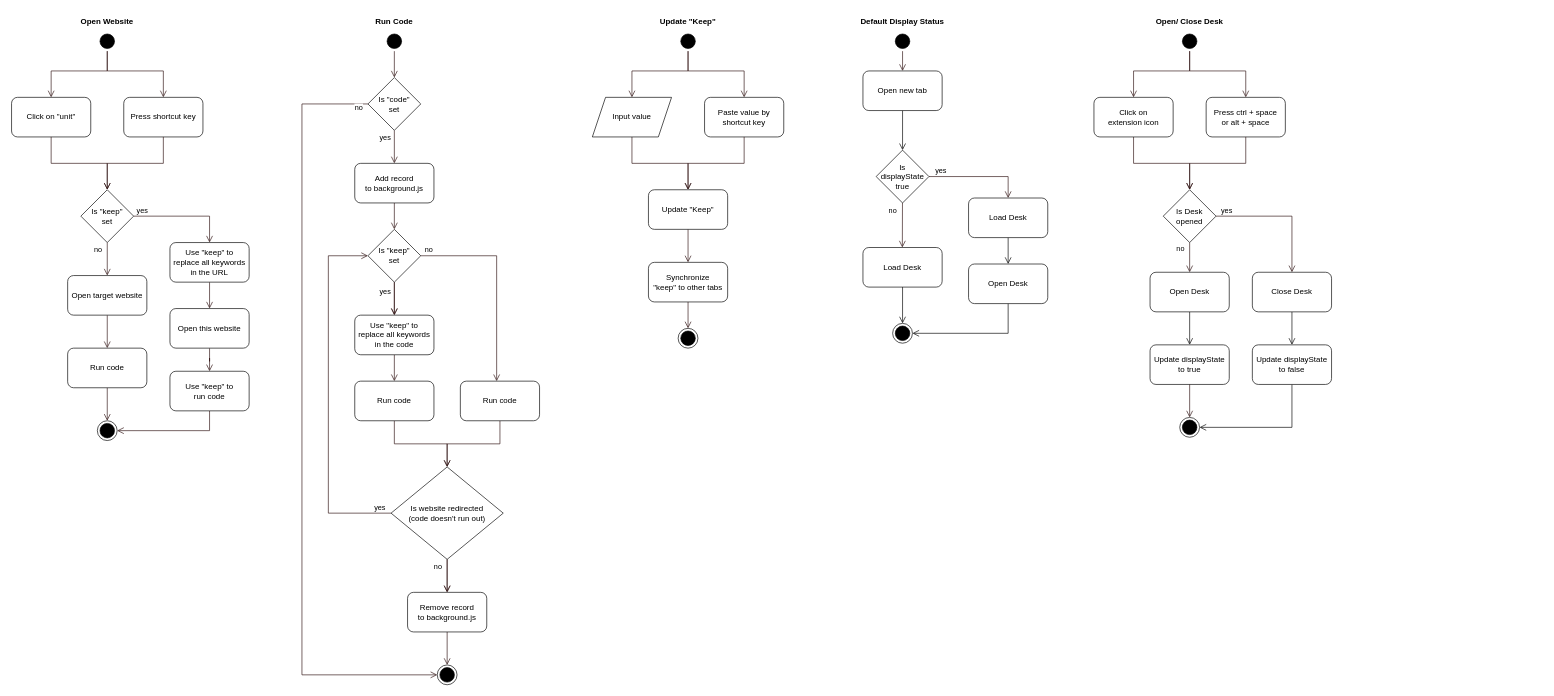
The draw.io diagram page "Flow Chart" (2 of 2) of assets/design.drawio in SNinjo/desk, before the edit. Source tidied: cells renumbered, new cells numbered last; positions are measured from the earlier drawing's top-left corner, leaving out a move shared by most shapes. Both pictures are drawn from the tidied source at 66%, with x=0, y=0 at pixel (11, 11).
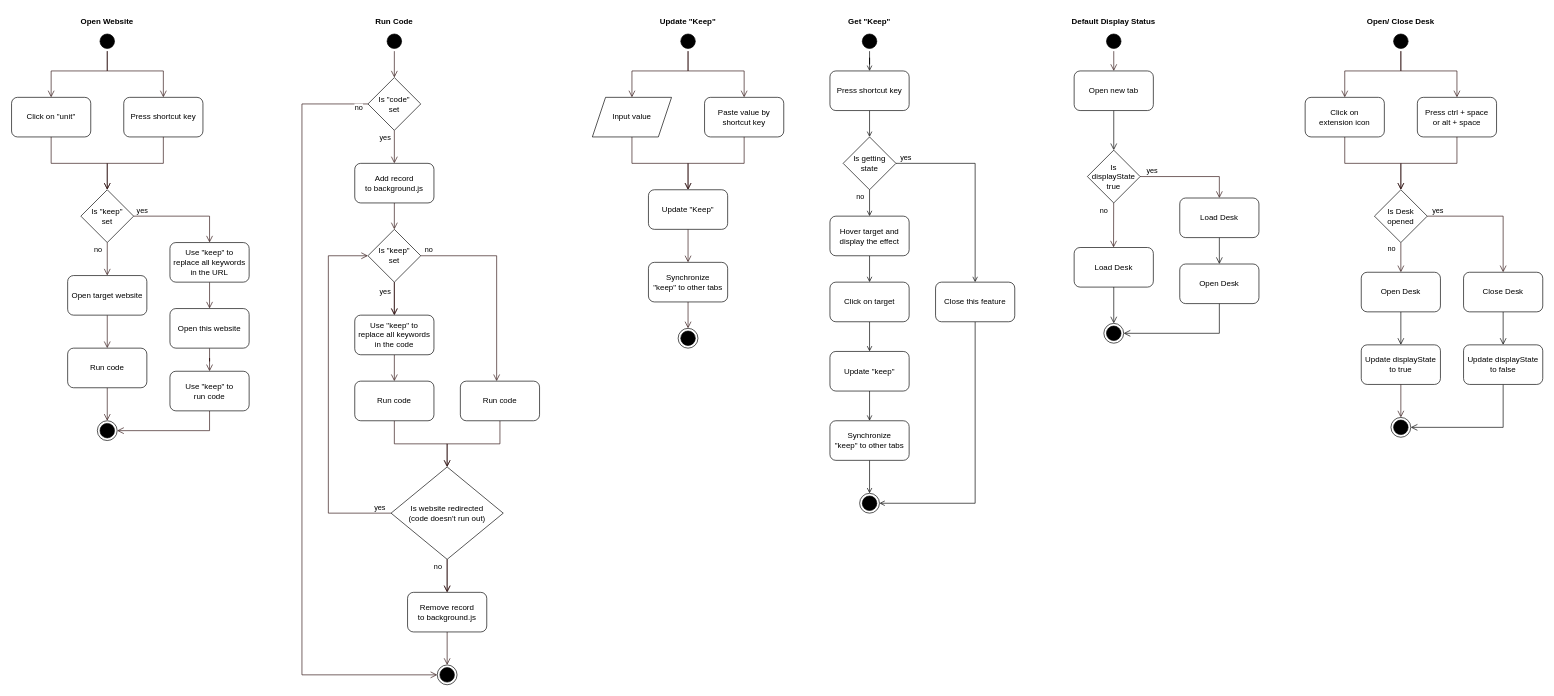
Above is the later version.

Change to the diagram source:
```diff
@@
     <mxCell id="70" style="ellipse;html=1;shape=startState;fillColor=#000000;strokeColor=#000000;" parent="1" vertex="1">
-      <mxGeometry x="1770" y="30" width="30" height="30" as="geometry" />
+      <mxGeometry x="2090" y="30" width="30" height="30" as="geometry" />
     </mxCell>
     <mxCell id="71" style="edgeStyle=orthogonalEdgeStyle;html=1;verticalAlign=bottom;endArrow=open;endSize=8;strokeColor=#301313;rounded=0;" parent="1" edge="1" source="70" target="77">
       <mxGeometry relative="1" as="geometry">
         <Array as="points">
-          <mxPoint x="1785" y="90" />
-          <mxPoint x="1700" y="90" />
+          <mxPoint x="2105" y="90" />
+          <mxPoint x="2020" y="90" />
         </Array>
       </mxGeometry>
     </mxCell>
     <mxCell id="72" style="edgeStyle=orthogonalEdgeStyle;html=1;verticalAlign=bottom;endArrow=open;endSize=8;strokeColor=#301313;rounded=0;" parent="1" edge="1" target="107">
       <mxGeometry relative="1" as="geometry">
-        <mxPoint x="1700" y="190" as="sourcePoint" />
+        <mxPoint x="2020" y="190" as="sourcePoint" />
         <Array as="points">
-          <mxPoint x="1700" y="230" />
-          <mxPoint x="1785" y="230" />
+          <mxPoint x="2020" y="230" />
+          <mxPoint x="2105" y="230" />
         </Array>
       </mxGeometry>
     </mxCell>
     <mxCell id="73" style="edgeStyle=orthogonalEdgeStyle;html=1;verticalAlign=bottom;endArrow=open;endSize=8;strokeColor=#301313;rounded=0;" parent="1" edge="1" source="70" target="74">
       <mxGeometry relative="1" as="geometry">
         <Array as="points">
-          <mxPoint x="1785" y="90" />
-          <mxPoint x="1870" y="90" />
+          <mxPoint x="2105" y="90" />
+          <mxPoint x="2190" y="90" />
         </Array>
       </mxGeometry>
     </mxCell>
     <mxCell id="74" value="Press ctrl + space&lt;br&gt;or alt + space" style="rounded=1;whiteSpace=wrap;html=1;strokeColor=#000000;" parent="1" vertex="1">
-      <mxGeometry x="1810" y="130" width="120" height="60" as="geometry" />
+      <mxGeometry x="2130" y="130" width="120" height="60" as="geometry" />
     </mxCell>
     <mxCell id="75" style="edgeStyle=orthogonalEdgeStyle;html=1;verticalAlign=bottom;endArrow=open;endSize=8;strokeColor=#301313;rounded=0;" parent="1" edge="1" source="74" target="107">
       <mxGeometry x="1" y="-68" relative="1" as="geometry">
         <Array as="points">
-          <mxPoint x="1870" y="230" />
-          <mxPoint x="1785" y="230" />
+          <mxPoint x="2190" y="230" />
+          <mxPoint x="2105" y="230" />
         </Array>
         <mxPoint x="-55" y="28" as="offset" />
       </mxGeometry>
     </mxCell>
     <mxCell id="76" value="Open/ Close Desk" style="text;html=1;strokeColor=none;fillColor=none;align=center;verticalAlign=middle;whiteSpace=wrap;rounded=0;fontStyle=1;" parent="1" vertex="1">
-      <mxGeometry x="1730" width="110" height="30" as="geometry" />
+      <mxGeometry x="2050" width="110" height="30" as="geometry" />
     </mxCell>
     <mxCell id="77" value="Click on&lt;br&gt;extension icon" style="rounded=1;whiteSpace=wrap;html=1;strokeColor=#000000;" parent="1" vertex="1">
-      <mxGeometry x="1640" y="130" width="120" height="60" as="geometry" />
+      <mxGeometry x="1960" y="130" width="120" height="60" as="geometry" />
     </mxCell>
@@
     <mxCell id="80" style="edgeStyle=orthogonalEdgeStyle;rounded=0;jettySize=auto;html=1;strokeColor=#301313;endArrow=open;endFill=0;endSize=8;" parent="1" edge="1" source="107" target="85">
       <mxGeometry relative="1" as="geometry">
         <Array as="points">
-          <mxPoint x="1940" y="310" />
+          <mxPoint x="2260" y="310" />
         </Array>
       </mxGeometry>
     </mxCell>
@@
     <mxCell id="83" value="Open Desk" style="rounded=1;whiteSpace=wrap;html=1;strokeColor=#000000;" parent="1" vertex="1">
-      <mxGeometry x="1725" y="395" width="120" height="60" as="geometry" />
+      <mxGeometry x="2045" y="395" width="120" height="60" as="geometry" />
     </mxCell>
@@
     <mxCell id="85" value="Close Desk" style="rounded=1;whiteSpace=wrap;html=1;strokeColor=#000000;" parent="1" vertex="1">
-      <mxGeometry x="1880" y="395" width="120" height="60" as="geometry" />
+      <mxGeometry x="2200" y="395" width="120" height="60" as="geometry" />
     </mxCell>
     <mxCell id="86" value="Update displayState&lt;br&gt;to true" style="rounded=1;whiteSpace=wrap;html=1;strokeColor=#000000;" parent="1" vertex="1">
-      <mxGeometry x="1725" y="505" width="120" height="60" as="geometry" />
+      <mxGeometry x="2045" y="505" width="120" height="60" as="geometry" />
     </mxCell>
@@
     <mxCell id="88" style="ellipse;html=1;shape=endState;fillColor=#000000;strokeColor=#000000;" parent="1" vertex="1">
-      <mxGeometry x="1770" y="615" width="30" height="30" as="geometry" />
+      <mxGeometry x="2090" y="615" width="30" height="30" as="geometry" />
     </mxCell>
     <mxCell id="89" style="edgeStyle=orthogonalEdgeStyle;rounded=0;jettySize=auto;html=1;endArrow=open;endFill=0;endSize=8;" parent="1" edge="1" source="90" target="88">
       <mxGeometry relative="1" as="geometry">
         <Array as="points">
-          <mxPoint x="1940" y="630" />
+          <mxPoint x="2260" y="630" />
         </Array>
       </mxGeometry>
     </mxCell>
     <mxCell id="90" value="Update displayState&lt;br&gt;to false" style="rounded=1;whiteSpace=wrap;html=1;strokeColor=#000000;" parent="1" vertex="1">
-      <mxGeometry x="1880" y="505" width="120" height="60" as="geometry" />
+      <mxGeometry x="2200" y="505" width="120" height="60" as="geometry" />
     </mxCell>
     <mxCell id="91" style="ellipse;html=1;shape=startState;fillColor=#000000;strokeColor=#000000;" parent="1" vertex="1">
-      <mxGeometry x="1335" y="30" width="30" height="30" as="geometry" />
+      <mxGeometry x="1655" y="30" width="30" height="30" as="geometry" />
     </mxCell>
@@
     <mxCell id="93" value="Default Display Status" style="text;html=1;strokeColor=none;fillColor=none;align=center;verticalAlign=middle;whiteSpace=wrap;rounded=0;fontStyle=1;" parent="1" vertex="1">
-      <mxGeometry x="1280" width="140" height="30" as="geometry" />
+      <mxGeometry x="1600" width="140" height="30" as="geometry" />
     </mxCell>
     <mxCell id="94" style="edgeStyle=orthogonalEdgeStyle;rounded=0;jettySize=auto;html=1;strokeColor=#301313;endArrow=open;endFill=0;endSize=8;" parent="1" edge="1" source="108" target="104">
       <mxGeometry relative="1" as="geometry">
         <Array as="points">
-          <mxPoint x="1510" y="250" />
+          <mxPoint x="1830" y="250" />
         </Array>
       </mxGeometry>
     </mxCell>
@@
     <mxCell id="96" style="rounded=0;jettySize=auto;html=1;strokeColor=#301313;endArrow=open;endFill=0;endSize=8;" parent="1" edge="1" source="108">
       <mxGeometry relative="1" as="geometry">
-        <mxPoint x="1349.7" y="357.5" as="targetPoint" />
+        <mxPoint x="1669.7" y="357.5" as="targetPoint" />
       </mxGeometry>
     </mxCell>
@@
     <mxCell id="99" value="Load Desk" style="rounded=1;whiteSpace=wrap;html=1;strokeColor=#000000;" parent="1" vertex="1">
-      <mxGeometry x="1290" y="357.5" width="120" height="60" as="geometry" />
+      <mxGeometry x="1610" y="357.5" width="120" height="60" as="geometry" />
     </mxCell>
@@
     <mxCell id="101" value="Open new tab" style="rounded=1;whiteSpace=wrap;html=1;strokeColor=#000000;" parent="1" vertex="1">
-      <mxGeometry x="1290" y="90" width="120" height="60" as="geometry" />
+      <mxGeometry x="1610" y="90" width="120" height="60" as="geometry" />
     </mxCell>
     <mxCell id="102" style="ellipse;html=1;shape=endState;fillColor=#000000;strokeColor=#000000;" parent="1" vertex="1">
-      <mxGeometry x="1335" y="472.5" width="30" height="30" as="geometry" />
+      <mxGeometry x="1655" y="472.5" width="30" height="30" as="geometry" />
     </mxCell>
@@
     <mxCell id="104" value="Load Desk" style="rounded=1;whiteSpace=wrap;html=1;strokeColor=#000000;" parent="1" vertex="1">
-      <mxGeometry x="1450" y="282.5" width="120" height="60" as="geometry" />
+      <mxGeometry x="1770" y="282.5" width="120" height="60" as="geometry" />
     </mxCell>
     <mxCell id="105" style="edgeStyle=none;rounded=0;jettySize=auto;html=1;endArrow=open;endFill=0;endSize=8;" parent="1" edge="1" source="106" target="102">
       <mxGeometry relative="1" as="geometry">
         <Array as="points">
-          <mxPoint x="1510" y="487.5" />
+          <mxPoint x="1830" y="487.5" />
         </Array>
       </mxGeometry>
     </mxCell>
     <mxCell id="106" value="Open Desk" style="rounded=1;whiteSpace=wrap;html=1;strokeColor=#000000;" parent="1" vertex="1">
-      <mxGeometry x="1450" y="382.5" width="120" height="60" as="geometry" />
+      <mxGeometry x="1770" y="382.5" width="120" height="60" as="geometry" />
     </mxCell>
     <mxCell id="107" value="Is Desk opened" style="rhombus;whiteSpace=wrap;html=1;strokeColor=#000000;" parent="1" vertex="1">
-      <mxGeometry x="1745" y="270" width="80" height="80" as="geometry" />
+      <mxGeometry x="2065" y="270" width="80" height="80" as="geometry" />
     </mxCell>
     <mxCell id="108" value="Is&lt;br style=&quot;border-color: var(--border-color);&quot;&gt;displayState&lt;br style=&quot;border-color: var(--border-color);&quot;&gt;true" style="rhombus;whiteSpace=wrap;html=1;strokeColor=#000000;" parent="1" vertex="1">
-      <mxGeometry x="1310" y="210" width="80" height="80" as="geometry" />
+      <mxGeometry x="1630" y="210" width="80" height="80" as="geometry" />
     </mxCell>
+    <mxCell id="109" style="edgeStyle=orthogonalEdgeStyle;rounded=0;jettySize=auto;html=1;endArrow=open;endFill=0;" parent="1" edge="1" source="110" target="113">
+      <mxGeometry relative="1" as="geometry" />
+    </mxCell>
+    <mxCell id="110" style="ellipse;html=1;shape=startState;fillColor=#000000;strokeColor=#000000;" parent="1" vertex="1">
+      <mxGeometry x="1285" y="30" width="30" height="30" as="geometry" />
+    </mxCell>
+    <mxCell id="111" value="Get &quot;Keep&quot;" style="text;html=1;strokeColor=none;fillColor=none;align=center;verticalAlign=middle;whiteSpace=wrap;rounded=0;fontStyle=1;" parent="1" vertex="1">
+      <mxGeometry x="1255" width="90" height="30" as="geometry" />
+    </mxCell>
+    <mxCell id="112" style="edgeStyle=orthogonalEdgeStyle;rounded=0;jettySize=auto;html=1;endArrow=open;endFill=0;" parent="1" edge="1" source="113" target="118">
+      <mxGeometry relative="1" as="geometry" />
+    </mxCell>
+    <mxCell id="113" value="Press shortcut key" style="rounded=1;whiteSpace=wrap;html=1;strokeColor=#000000;" parent="1" vertex="1">
+      <mxGeometry x="1240" y="90" width="120" height="60" as="geometry" />
+    </mxCell>
+    <mxCell id="114" style="rounded=0;jettySize=auto;html=1;endArrow=open;endFill=0;" parent="1" edge="1" source="118" target="120">
+      <mxGeometry relative="1" as="geometry" />
+    </mxCell>
+    <mxCell id="115" value="no" style="edgeLabel;html=1;align=center;verticalAlign=middle;" parent="114" vertex="1">
+      <mxGeometry x="-0.71" relative="1" as="geometry">
+        <mxPoint x="-15" y="4" as="offset" />
+      </mxGeometry>
+    </mxCell>
+    <mxCell id="116" style="edgeStyle=orthogonalEdgeStyle;rounded=0;jettySize=auto;html=1;endArrow=open;endFill=0;" parent="1" edge="1" source="118" target="126">
+      <mxGeometry relative="1" as="geometry">
+        <Array as="points">
+          <mxPoint x="1460" y="230" />
+        </Array>
+      </mxGeometry>
+    </mxCell>
+    <mxCell id="117" value="yes" style="edgeLabel;html=1;align=center;verticalAlign=middle;" parent="116" vertex="1">
+      <mxGeometry x="-0.96" relative="1" as="geometry">
+        <mxPoint x="8" y="-10" as="offset" />
+      </mxGeometry>
+    </mxCell>
+    <mxCell id="118" value="Is getting&lt;br&gt;state" style="rhombus;whiteSpace=wrap;html=1;strokeColor=#000000;" parent="1" vertex="1">
+      <mxGeometry x="1260" y="190" width="80" height="80" as="geometry" />
+    </mxCell>
+    <mxCell id="119" style="edgeStyle=orthogonalEdgeStyle;rounded=0;jettySize=auto;html=1;endArrow=open;endFill=0;" parent="1" edge="1" source="120" target="122">
+      <mxGeometry relative="1" as="geometry" />
+    </mxCell>
+    <mxCell id="120" value="Hover target and&lt;br&gt;display the effect" style="rounded=1;whiteSpace=wrap;html=1;strokeColor=#000000;" parent="1" vertex="1">
+      <mxGeometry x="1240" y="310" width="120" height="60" as="geometry" />
+    </mxCell>
+    <mxCell id="121" style="edgeStyle=orthogonalEdgeStyle;rounded=0;jettySize=auto;html=1;endArrow=open;endFill=0;" parent="1" edge="1" source="122" target="124">
+      <mxGeometry relative="1" as="geometry" />
+    </mxCell>
+    <mxCell id="122" value="Click on target" style="rounded=1;whiteSpace=wrap;html=1;strokeColor=#000000;" parent="1" vertex="1">
+      <mxGeometry x="1240" y="410" width="120" height="60" as="geometry" />
+    </mxCell>
+    <mxCell id="123" style="edgeStyle=orthogonalEdgeStyle;rounded=0;jettySize=auto;html=1;endArrow=open;endFill=0;" parent="1" edge="1" source="124" target="129">
+      <mxGeometry relative="1" as="geometry" />
+    </mxCell>
+    <mxCell id="124" value="Update &quot;keep&quot;" style="rounded=1;whiteSpace=wrap;html=1;strokeColor=#000000;" parent="1" vertex="1">
+      <mxGeometry x="1240" y="515" width="120" height="60" as="geometry" />
+    </mxCell>
+    <mxCell id="125" style="edgeStyle=orthogonalEdgeStyle;rounded=0;jettySize=auto;html=1;endArrow=open;endFill=0;" parent="1" edge="1" source="126" target="127">
+      <mxGeometry relative="1" as="geometry">
+        <Array as="points">
+          <mxPoint x="1460" y="745" />
+        </Array>
+      </mxGeometry>
+    </mxCell>
+    <mxCell id="126" value="Close this feature" style="rounded=1;whiteSpace=wrap;html=1;strokeColor=#000000;" parent="1" vertex="1">
+      <mxGeometry x="1400" y="410" width="120" height="60" as="geometry" />
+    </mxCell>
+    <mxCell id="127" style="ellipse;html=1;shape=endState;fillColor=#000000;strokeColor=#000000;" parent="1" vertex="1">
+      <mxGeometry x="1285" y="730" width="30" height="30" as="geometry" />
+    </mxCell>
+    <mxCell id="128" style="edgeStyle=orthogonalEdgeStyle;rounded=0;jettySize=auto;html=1;endArrow=open;endFill=0;" parent="1" edge="1" source="129" target="127">
+      <mxGeometry relative="1" as="geometry" />
+    </mxCell>
+    <mxCell id="129" value="Synchronize&lt;br&gt;&quot;keep&quot; to other tabs" style="rounded=1;whiteSpace=wrap;html=1;strokeColor=#000000;" parent="1" vertex="1">
+      <mxGeometry x="1240" y="620" width="120" height="60" as="geometry" />
+    </mxCell>
```
